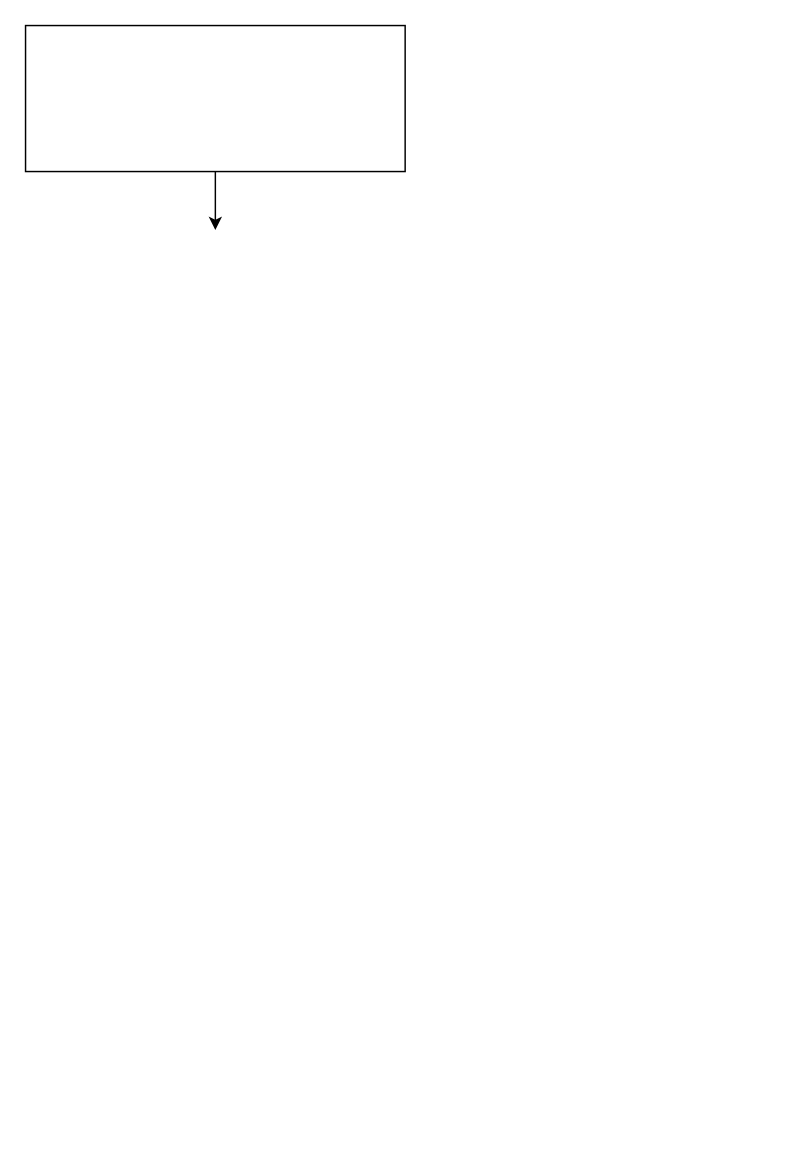
Before: Obj-Validation.drawio in ShayanGhosh0809/nestjs-tutorial, a draw.io diagram. Source tidied: cells renumbered, new cells numbered last; positions are measured from the earlier drawing's top-left corner, leaving out a move shared by most shapes. Both pictures are drawn from the tidied source at 146%, with x=0, y=0 at pixel (25, 25).
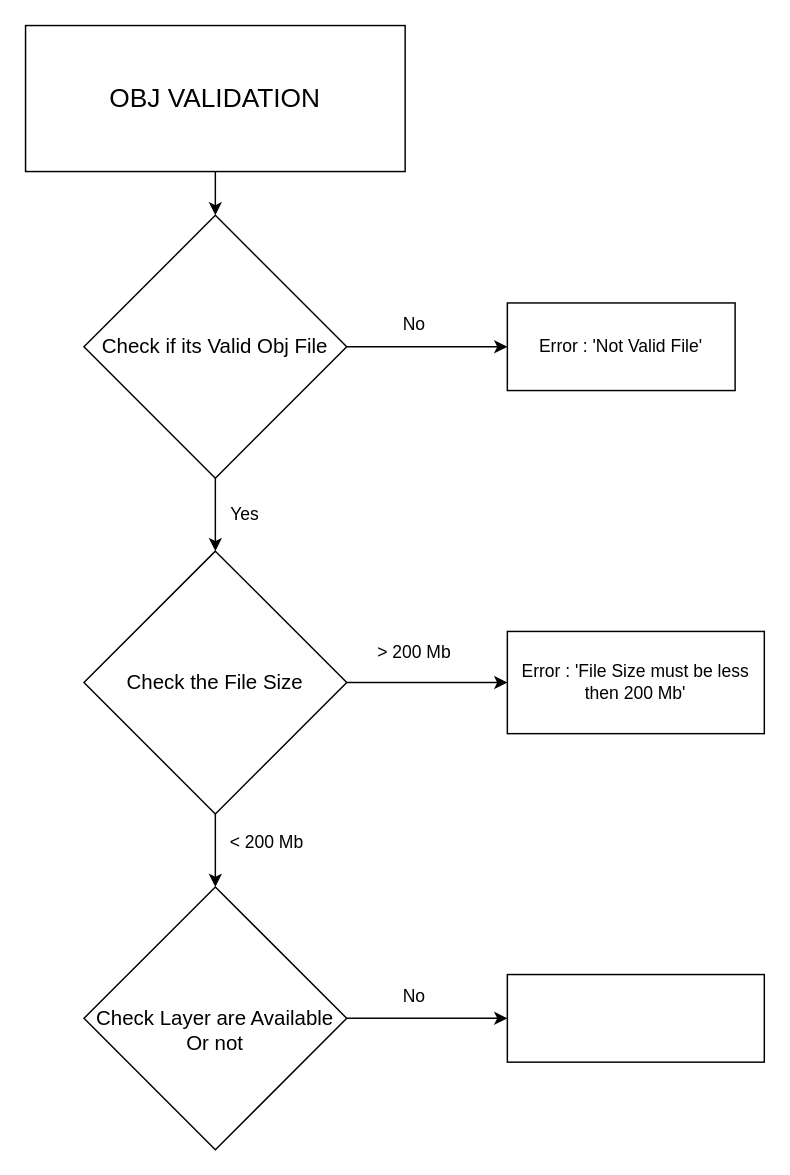
The same diagram, later.

The edit, as a diff of the source:
```diff
@@
 <mxGraphModel>
   <root>
     <mxCell id="0" />
     <mxCell id="1" parent="0" />
-    <mxCell id="2" style="edgeStyle=orthogonalEdgeStyle;rounded=0;jettySize=auto;html=1;" parent="1" edge="1" source="3">
-      <mxGeometry relative="1" as="geometry">
-        <mxPoint x="130" y="140" as="targetPoint" />
-      </mxGeometry>
+    <mxCell id="2" style="edgeStyle=orthogonalEdgeStyle;rounded=0;jettySize=auto;html=1;" parent="1" edge="1" source="3" target="6">
+      <mxGeometry relative="1" as="geometry" />
     </mxCell>
-    <mxCell id="3" style="rounded=0;whiteSpace=wrap;html=1;" parent="1" vertex="1">
+    <mxCell id="3" value="&lt;font style=&quot;font-size: 18px;&quot;&gt;OBJ VALIDATION&lt;/font&gt;" style="rounded=0;whiteSpace=wrap;html=1;" parent="1" vertex="1">
       <mxGeometry width="260" height="100" as="geometry" />
     </mxCell>
+    <mxCell id="4" style="edgeStyle=orthogonalEdgeStyle;rounded=0;jettySize=auto;html=1;" parent="1" edge="1" source="6" target="9">
+      <mxGeometry relative="1" as="geometry" />
+    </mxCell>
+    <mxCell id="5" style="edgeStyle=orthogonalEdgeStyle;rounded=0;jettySize=auto;html=1;" parent="1" edge="1" source="6" target="10">
+      <mxGeometry relative="1" as="geometry" />
+    </mxCell>
+    <mxCell id="6" value="&lt;font style=&quot;font-size: 14px;&quot;&gt;Check if its Valid Obj File&lt;/font&gt;" style="rhombus;whiteSpace=wrap;html=1;" parent="1" vertex="1">
+      <mxGeometry x="40" y="130" width="180" height="180" as="geometry" />
+    </mxCell>
+    <mxCell id="7" style="edgeStyle=orthogonalEdgeStyle;rounded=0;jettySize=auto;html=1;" parent="1" edge="1" source="9" target="13">
+      <mxGeometry relative="1" as="geometry" />
+    </mxCell>
+    <mxCell id="8" style="edgeStyle=orthogonalEdgeStyle;rounded=0;jettySize=auto;html=1;" parent="1" edge="1" source="9" target="16">
+      <mxGeometry relative="1" as="geometry" />
+    </mxCell>
+    <mxCell id="9" value="&lt;font style=&quot;font-size: 14px;&quot;&gt;Check the File Size&lt;/font&gt;" style="rhombus;whiteSpace=wrap;html=1;" parent="1" vertex="1">
+      <mxGeometry x="40" y="360" width="180" height="180" as="geometry" />
+    </mxCell>
+    <mxCell id="10" value="Error : 'Not Valid File'" style="whiteSpace=wrap;html=1;" parent="1" vertex="1">
+      <mxGeometry x="330" y="190" width="156" height="60" as="geometry" />
+    </mxCell>
+    <mxCell id="11" value="No" style="text;html=1;align=center;verticalAlign=middle;strokeColor=none;fillColor=none;" parent="1" vertex="1">
+      <mxGeometry x="246" y="190" width="40" height="30" as="geometry" />
+    </mxCell>
+    <mxCell id="12" value="Yes" style="text;html=1;align=center;verticalAlign=middle;strokeColor=none;fillColor=none;" parent="1" vertex="1">
+      <mxGeometry x="130" y="320" width="40" height="30" as="geometry" />
+    </mxCell>
+    <mxCell id="13" value="Error : 'File Size must be less then 200 Mb'" style="whiteSpace=wrap;html=1;" parent="1" vertex="1">
+      <mxGeometry x="330" y="415" width="176" height="70" as="geometry" />
+    </mxCell>
+    <mxCell id="14" value="&amp;gt; 200 Mb" style="text;html=1;align=center;verticalAlign=middle;strokeColor=none;fillColor=none;" parent="1" vertex="1">
+      <mxGeometry x="231" y="415" width="70" height="30" as="geometry" />
+    </mxCell>
+    <mxCell id="15" style="edgeStyle=orthogonalEdgeStyle;rounded=0;jettySize=auto;html=1;" parent="1" edge="1" source="16" target="18">
+      <mxGeometry relative="1" as="geometry" />
+    </mxCell>
+    <mxCell id="16" value="&lt;div&gt;&lt;font style=&quot;font-size: 14px;&quot;&gt;&lt;br&gt;&lt;/font&gt;&lt;/div&gt;&lt;font style=&quot;font-size: 14px;&quot;&gt;Check Layer are Available Or not&lt;/font&gt;" style="rhombus;whiteSpace=wrap;html=1;" parent="1" vertex="1">
+      <mxGeometry x="40" y="590" width="180" height="180" as="geometry" />
+    </mxCell>
+    <mxCell id="17" value="&amp;lt; 200 Mb" style="text;html=1;align=center;verticalAlign=middle;strokeColor=none;fillColor=none;" parent="1" vertex="1">
+      <mxGeometry x="130" y="545" width="70" height="30" as="geometry" />
+    </mxCell>
+    <mxCell id="18" style="whiteSpace=wrap;html=1;" parent="1" vertex="1">
+      <mxGeometry x="330" y="650" width="176" height="60" as="geometry" />
+    </mxCell>
+    <mxCell id="19" value="No" style="text;html=1;align=center;verticalAlign=middle;strokeColor=none;fillColor=none;" parent="1" vertex="1">
+      <mxGeometry x="246" y="650" width="40" height="30" as="geometry" />
+    </mxCell>
   </root>
 </mxGraphModel>
```
